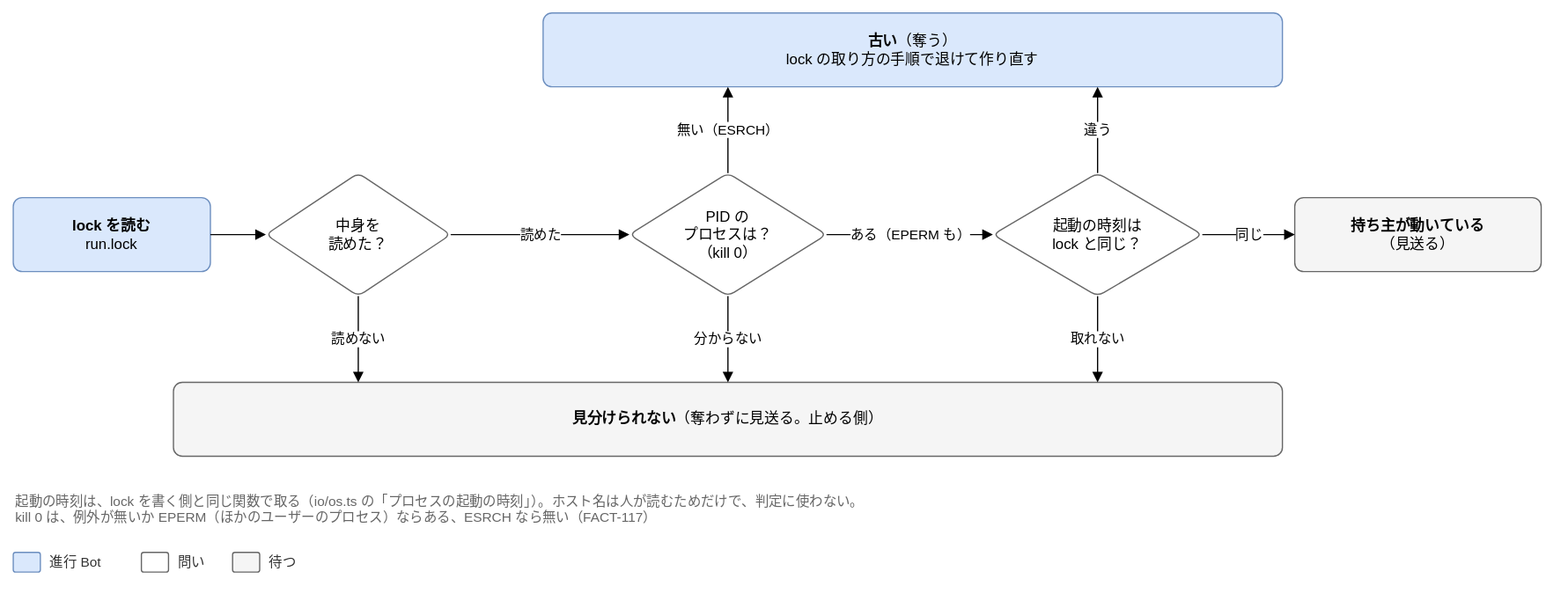
Before: docs/design/detailed/diagrams/02-lock.drawio.svg, a diagram exported from draw.io (Joymerrevent/dev-autopilot). Source tidied: cells renumbered, new cells last; positions are measured from the earlier drawing's top-left corner, leaving out a move shared by most shapes. Source of this version:
```xml
<mxGraphModel background="#ffffff">
  <root>
    <mxCell id="0" />
    <mxCell id="1" parent="0" />
    <mxCell id="2" value="&lt;b&gt;lock を読む&lt;/b&gt;&lt;br&gt;run.lock" style="rounded=1;whiteSpace=wrap;html=1;fontSize=12;arcSize=12;spacing=12;fillColor=#dae8fc;strokeColor=#6c8ebf;" parent="1" vertex="1">
      <mxGeometry y="150" width="160" height="60" as="geometry" />
    </mxCell>
    <mxCell id="3" value="中身を&lt;br&gt;読めた？" style="rounded=1;whiteSpace=wrap;html=1;fontSize=12;arcSize=12;spacing=12;fillColor=#ffffff;strokeColor=#666666;shape=rhombus;" parent="1" vertex="1">
      <mxGeometry x="205" y="130" width="150" height="100" as="geometry" />
    </mxCell>
    <mxCell id="4" value="PID の&lt;br&gt;プロセスは？&lt;br&gt;（kill 0）" style="rounded=1;whiteSpace=wrap;html=1;fontSize=12;arcSize=12;spacing=12;fillColor=#ffffff;strokeColor=#666666;shape=rhombus;" parent="1" vertex="1">
      <mxGeometry x="500" y="130" width="160" height="100" as="geometry" />
    </mxCell>
    <mxCell id="5" value="起動の時刻は&lt;br&gt;lock と同じ？" style="rounded=1;whiteSpace=wrap;html=1;fontSize=12;arcSize=12;spacing=12;fillColor=#ffffff;strokeColor=#666666;shape=rhombus;" parent="1" vertex="1">
      <mxGeometry x="795" y="130" width="170" height="100" as="geometry" />
    </mxCell>
    <mxCell id="6" value="&lt;b&gt;古い&lt;/b&gt;（奪う）&lt;br&gt;lock の取り方の手順で退けて作り直す" style="rounded=1;whiteSpace=wrap;html=1;fontSize=12;arcSize=12;spacing=12;fillColor=#dae8fc;strokeColor=#6c8ebf;" parent="1" vertex="1">
      <mxGeometry x="430" width="600" height="60" as="geometry" />
    </mxCell>
    <mxCell id="7" value="&lt;b&gt;持ち主が動いている&lt;/b&gt;&lt;br&gt;（見送る）" style="rounded=1;whiteSpace=wrap;html=1;fontSize=12;arcSize=12;spacing=12;fillColor=#f5f5f5;strokeColor=#666666;" parent="1" vertex="1">
      <mxGeometry x="1040" y="150" width="200" height="60" as="geometry" />
    </mxCell>
    <mxCell id="8" value="&lt;b&gt;見分けられない&lt;/b&gt;（奪わずに見送る。止める側）" style="rounded=1;whiteSpace=wrap;html=1;fontSize=12;arcSize=12;spacing=12;fillColor=#f5f5f5;strokeColor=#666666;" parent="1" vertex="1">
      <mxGeometry x="130" y="300" width="900" height="60" as="geometry" />
    </mxCell>
    <mxCell id="9" style="edgeStyle=orthogonalEdgeStyle;rounded=1;html=1;endArrow=block;endFill=1;fontSize=11;labelBackgroundColor=#ffffff;exitX=1;exitY=0.5;exitDx=0;exitDy=0;entryX=0;entryY=0.5;entryDx=0;entryDy=0;" parent="1" edge="1" source="2" target="3">
      <mxGeometry relative="1" as="geometry" />
    </mxCell>
    <mxCell id="10" value="読めた" style="edgeStyle=orthogonalEdgeStyle;rounded=1;html=1;endArrow=block;endFill=1;fontSize=11;labelBackgroundColor=#ffffff;exitX=1;exitY=0.5;exitDx=0;exitDy=0;entryX=0;entryY=0.5;entryDx=0;entryDy=0;" parent="1" edge="1" source="3" target="4">
      <mxGeometry relative="1" as="geometry" />
    </mxCell>
    <mxCell id="11" value="ある（EPERM も）" style="edgeStyle=orthogonalEdgeStyle;rounded=1;html=1;endArrow=block;endFill=1;fontSize=11;labelBackgroundColor=#ffffff;exitX=1;exitY=0.5;exitDx=0;exitDy=0;entryX=0;entryY=0.5;entryDx=0;entryDy=0;" parent="1" edge="1" source="4" target="5">
      <mxGeometry relative="1" as="geometry" />
    </mxCell>
    <mxCell id="12" value="同じ" style="edgeStyle=orthogonalEdgeStyle;rounded=1;html=1;endArrow=block;endFill=1;fontSize=11;labelBackgroundColor=#ffffff;exitX=1;exitY=0.5;exitDx=0;exitDy=0;entryX=0;entryY=0.5;entryDx=0;entryDy=0;" parent="1" edge="1" source="5" target="7">
      <mxGeometry relative="1" as="geometry" />
    </mxCell>
    <mxCell id="13" value="無い（ESRCH）" style="edgeStyle=orthogonalEdgeStyle;rounded=1;html=1;endArrow=block;endFill=1;fontSize=11;labelBackgroundColor=#ffffff;exitX=0.5;exitY=0;exitDx=0;exitDy=0;entryX=0.25;entryY=1;entryDx=0;entryDy=0;" parent="1" edge="1" source="4" target="6">
      <mxGeometry relative="1" as="geometry" />
    </mxCell>
    <mxCell id="14" value="違う" style="edgeStyle=orthogonalEdgeStyle;rounded=1;html=1;endArrow=block;endFill=1;fontSize=11;labelBackgroundColor=#ffffff;exitX=0.5;exitY=0;exitDx=0;exitDy=0;entryX=0.75;entryY=1;entryDx=0;entryDy=0;" parent="1" edge="1" source="5" target="6">
      <mxGeometry relative="1" as="geometry" />
    </mxCell>
    <mxCell id="15" value="読めない" style="edgeStyle=orthogonalEdgeStyle;rounded=1;html=1;endArrow=block;endFill=1;fontSize=11;labelBackgroundColor=#ffffff;exitX=0.5;exitY=1;exitDx=0;exitDy=0;entryX=0.16666666666666666;entryY=0;entryDx=0;entryDy=0;" parent="1" edge="1" source="3" target="8">
      <mxGeometry relative="1" as="geometry" />
    </mxCell>
    <mxCell id="16" value="分からない" style="edgeStyle=orthogonalEdgeStyle;rounded=1;html=1;endArrow=block;endFill=1;fontSize=11;labelBackgroundColor=#ffffff;exitX=0.5;exitY=1;exitDx=0;exitDy=0;entryX=0.5;entryY=0;entryDx=0;entryDy=0;" parent="1" edge="1" source="4" target="8">
      <mxGeometry relative="1" as="geometry" />
    </mxCell>
    <mxCell id="17" value="取れない" style="edgeStyle=orthogonalEdgeStyle;rounded=1;html=1;endArrow=block;endFill=1;fontSize=11;labelBackgroundColor=#ffffff;exitX=0.5;exitY=1;exitDx=0;exitDy=0;entryX=0.8333333333333334;entryY=0;entryDx=0;entryDy=0;" parent="1" edge="1" source="5" target="8">
      <mxGeometry relative="1" as="geometry" />
    </mxCell>
    <mxCell id="18" value="起動の時刻は、lock を書く側と同じ関数で取る（io/os.ts の「プロセスの起動の時刻」）。ホスト名は人が読むためだけで、判定に使わない。&lt;br&gt;kill 0 は、例外が無いか EPERM（ほかのユーザーのプロセス）ならある、ESRCH なら無い（FACT-117）" style="text;html=1;whiteSpace=wrap;align=left;verticalAlign=top;fontSize=11;fontColor=#666666;" parent="1" vertex="1">
      <mxGeometry y="384" width="1240" height="40" as="geometry" />
    </mxCell>
    <mxCell id="19" style="rounded=1;whiteSpace=wrap;html=1;fontSize=12;arcSize=12;spacing=12;fillColor=#dae8fc;strokeColor=#6c8ebf;" parent="1" vertex="1">
      <mxGeometry y="438" width="22" height="16" as="geometry" />
    </mxCell>
    <mxCell id="20" value="進行 Bot" style="text;html=1;align=left;verticalAlign=middle;fontSize=11;fontColor=#333333;" parent="1" vertex="1">
      <mxGeometry x="28" y="436" width="60" height="20" as="geometry" />
    </mxCell>
    <mxCell id="21" style="rounded=1;whiteSpace=wrap;html=1;fontSize=12;arcSize=12;spacing=12;fillColor=#ffffff;strokeColor=#666666;" parent="1" vertex="1">
      <mxGeometry x="104" y="438" width="22" height="16" as="geometry" />
    </mxCell>
    <mxCell id="22" value="問い" style="text;html=1;align=left;verticalAlign=middle;fontSize=11;fontColor=#333333;" parent="1" vertex="1">
      <mxGeometry x="132" y="436" width="30" height="20" as="geometry" />
    </mxCell>
    <mxCell id="23" style="rounded=1;whiteSpace=wrap;html=1;fontSize=12;arcSize=12;spacing=12;fillColor=#f5f5f5;strokeColor=#666666;" parent="1" vertex="1">
      <mxGeometry x="178" y="438" width="22" height="16" as="geometry" />
    </mxCell>
    <mxCell id="24" value="待つ" style="text;html=1;align=left;verticalAlign=middle;fontSize=11;fontColor=#333333;" parent="1" vertex="1">
      <mxGeometry x="206" y="436" width="30" height="20" as="geometry" />
    </mxCell>
  </root>
</mxGraphModel>
```
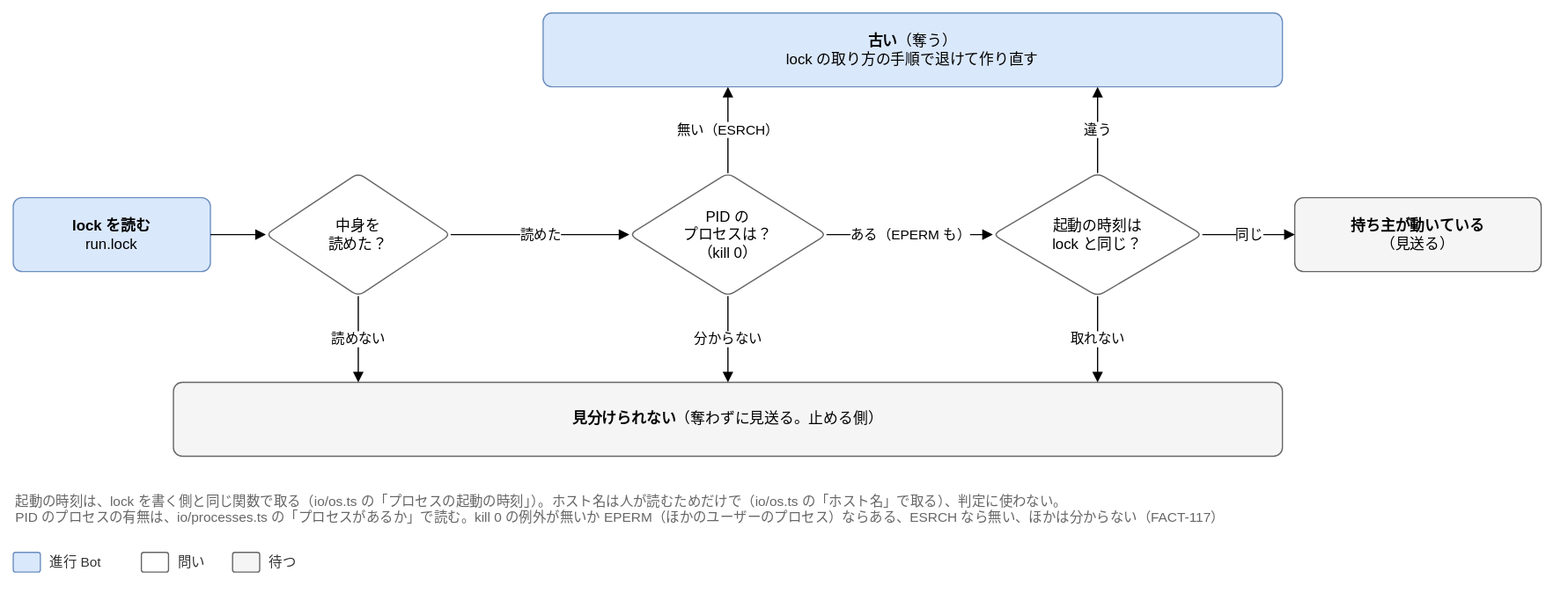
After the commit.

Commit message:
docs(design): 詳細設計の印を読む図と lock の図を、直した表に合わせる

- H-19：03-read に「本文に印の形があるか」の問いと、いいえの先の「読まない（人の投稿として読む）」を足し、
  印の数の問いを「1 つだけか」、count の箱を「2 つ以上」、注の受け入れる形を順 5 に直す
- M-1・M-11（G1 の波及）：02-lock の注に、プロセスの有無を io/processes.ts で読むことと、
  ホスト名を io/os.ts で取ることを書く

Claude-Session: https://claude.ai/code/session_01LvmXQN14Y95msvojZ6hWNP

Change to the diagram source:
```diff
@@ -50,7 +50,7 @@
     <mxCell id="17" value="取れない" style="edgeStyle=orthogonalEdgeStyle;rounded=1;html=1;endArrow=block;endFill=1;fontSize=11;labelBackgroundColor=#ffffff;exitX=0.5;exitY=1;exitDx=0;exitDy=0;entryX=0.8333333333333334;entryY=0;entryDx=0;entryDy=0;" parent="1" edge="1" source="5" target="8">
       <mxGeometry relative="1" as="geometry" />
     </mxCell>
-    <mxCell id="18" value="起動の時刻は、lock を書く側と同じ関数で取る（io/os.ts の「プロセスの起動の時刻」）。ホスト名は人が読むためだけで、判定に使わない。&lt;br&gt;kill 0 は、例外が無いか EPERM（ほかのユーザーのプロセス）ならある、ESRCH なら無い（FACT-117）" style="text;html=1;whiteSpace=wrap;align=left;verticalAlign=top;fontSize=11;fontColor=#666666;" parent="1" vertex="1">
+    <mxCell id="18" value="起動の時刻は、lock を書く側と同じ関数で取る（io/os.ts の「プロセスの起動の時刻」）。ホスト名は人が読むためだけで（io/os.ts の「ホスト名」で取る）、判定に使わない。&lt;br&gt;PID のプロセスの有無は、io/processes.ts の「プロセスがあるか」で読む。kill 0 の例外が無いか EPERM（ほかのユーザーのプロセス）ならある、ESRCH なら無い、ほかは分からない（FACT-117）" style="text;html=1;whiteSpace=wrap;align=left;verticalAlign=top;fontSize=11;fontColor=#666666;" parent="1" vertex="1">
       <mxGeometry y="384" width="1240" height="40" as="geometry" />
     </mxCell>
     <mxCell id="19" style="rounded=1;whiteSpace=wrap;html=1;fontSize=12;arcSize=12;spacing=12;fillColor=#dae8fc;strokeColor=#6c8ebf;" parent="1" vertex="1">
```
